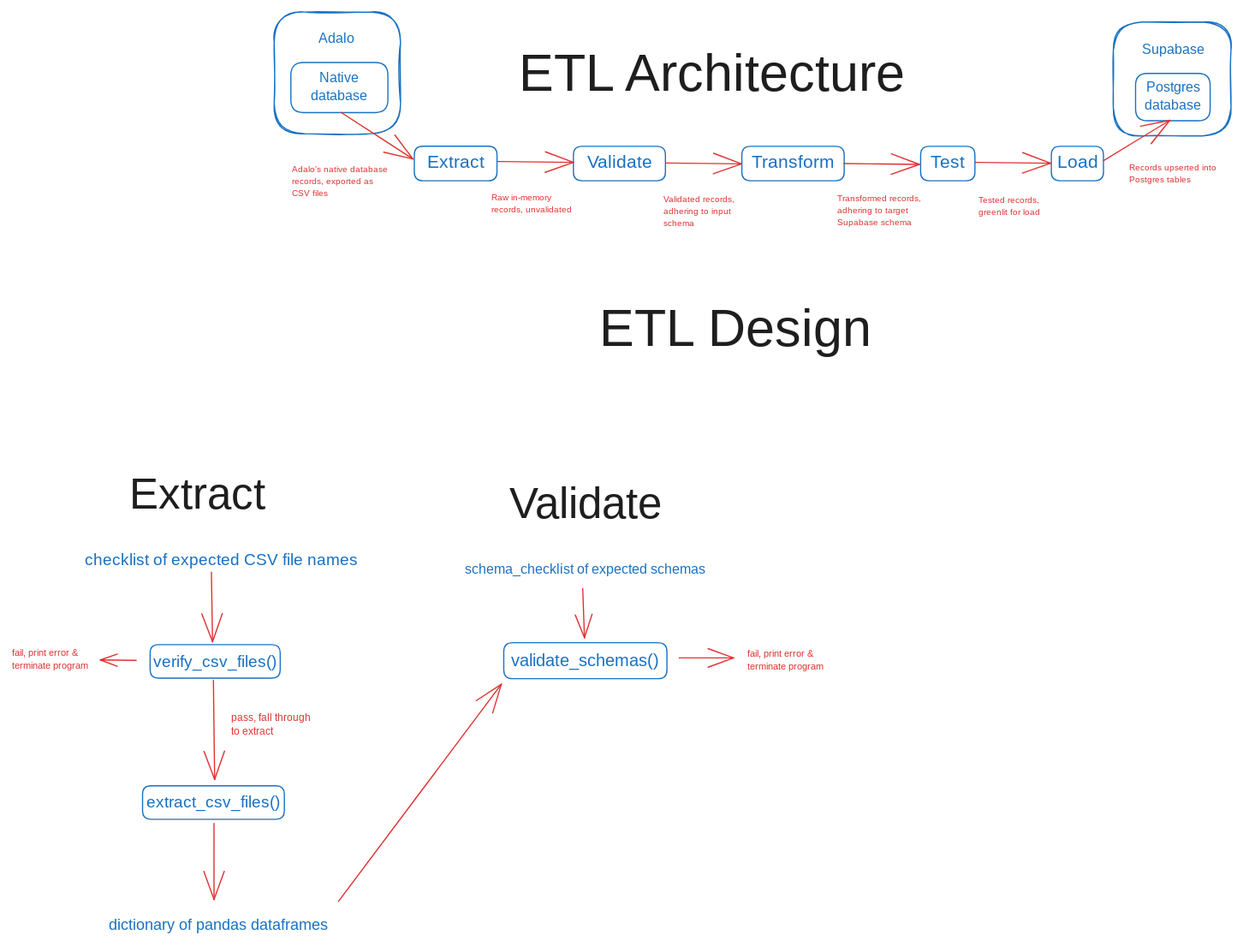
Before: arch.excalidraw.svg, a diagram exported from Excalidraw (jperezopt/everloop-etl). Source tidied: one line per element, renumbered; positions are measured from the earlier drawing's top-left corner, leaving out a move shared by most shapes.
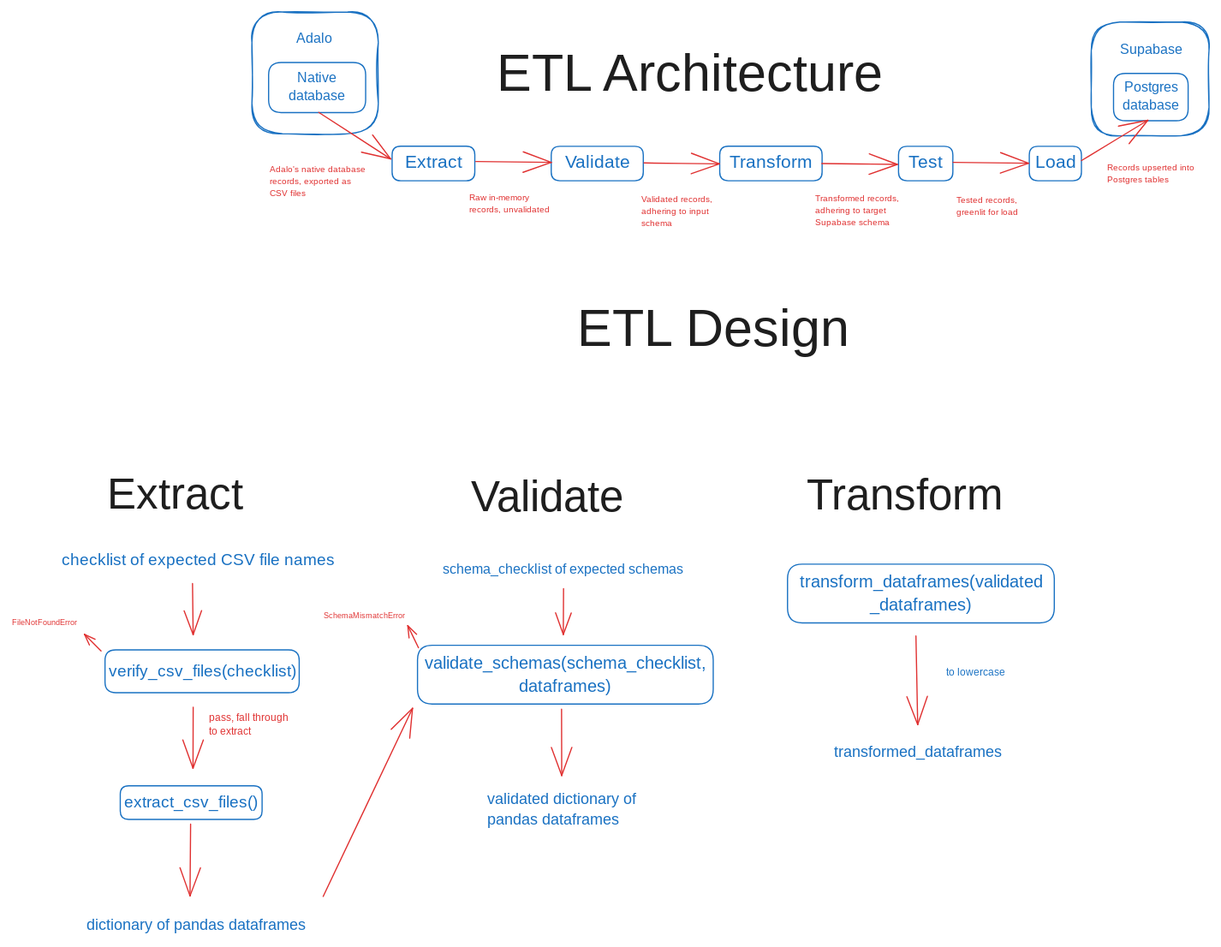
After the change.

Commit message:
add transform design diagram

Change to the diagram source:
```diff
@@ -19,7 +19,8 @@
 {"id": 18, "type": "text", "text": "ETL Architecture", "strokeColor": "#1e1e1e", "strokeWidth": 1, "roughness": 0, "fontSize": 43.82, "fontFamily": 8, "x": 423, "y": 28, "width": 386, "height": 55}
 {"id": 19, "type": "text", "text": "ETL Design", "strokeColor": "#1e1e1e", "strokeWidth": 1, "roughness": 0, "fontSize": 43.82, "fontFamily": 8, "x": 490, "y": 240, "width": 241, "height": 55}
 {"id": 20, "type": "text", "text": "Extract", "strokeColor": "#1e1e1e", "strokeWidth": 1, "roughness": 0, "fontSize": 36.5, "fontFamily": 8, "x": 98, "y": 383, "width": 141, "height": 46}
-{"id": 21, "type": "text", "text": "Validate", "strokeColor": "#1e1e1e", "strokeWidth": 1, "roughness": 0, "fontSize": 36.5, "fontFamily": 8, "x": 415, "y": 390, "width": 161, "height": 46}
+{"id": 21, "type": "text", "text": "Validate", "strokeColor": "#1e1e1e", "strokeWidth": 1, "roughness": 0, "fontSize": 36.5, "fontFamily": 8, "x": 402, "y": 385, "width": 161, "height": 46}
+{"id": 53, "type": "text", "text": "Transform", "strokeColor": "#1e1e1e", "strokeWidth": 1, "roughness": 0, "fontSize": 36.5, "fontFamily": 8, "x": 682, "y": 383, "width": 181, "height": 46}
 {"id": 22, "type": "text", "text": "Adalo's native database\nrecords, exported as\nCSV files", "strokeColor": "#e03131", "strokeWidth": 1, "roughness": 0, "fontSize": 7.46, "fontFamily": 6, "x": 234, "y": 126, "width": 81, "height": 30}
 {"id": 23, "type": "text", "text": "Raw in-memory \nrecords, unvalidated", "strokeColor": "#e03131", "strokeWidth": 1, "roughness": 0, "fontSize": 7.46, "fontFamily": 6, "x": 400, "y": 149, "width": 68, "height": 20}
 {"id": 24, "type": "text", "text": "Validated records,\nadhering to input\nschema", "strokeColor": "#e03131", "strokeWidth": 1, "roughness": 0, "fontSize": 7.46, "fontFamily": 6, "x": 544, "y": 151, "width": 61, "height": 30}
@@ -32,22 +33,29 @@
 {"id": 31, "type": "arrow", "strokeColor": "#e03131", "strokeWidth": 1, "roughness": 0, "endArrowhead": "arrow", "round": true, "x": 694, "y": 126, "width": 63, "height": 1, "points": [[0, 0], [63, 1]]}
 {"id": 32, "type": "arrow", "strokeColor": "#e03131", "strokeWidth": 1, "roughness": 0, "endArrowhead": "arrow", "round": true, "x": 804, "y": 125, "width": 63, "height": 1, "points": [[0, 0], [63, 1]]}
 {"id": 33, "type": "arrow", "strokeColor": "#e03131", "strokeWidth": 1, "roughness": 0, "endArrowhead": "arrow", "round": true, "from": 16, "to": 4, "x": 911, "y": 124, "width": 55, "height": 34, "points": [[0, 0], [55, -34]]}
-{"id": 34, "type": "rectangle", "strokeColor": "#1971c2", "strokeWidth": 1, "roughness": 0, "round": true, "x": 115, "y": 528, "width": 109, "height": 28}
+{"id": 34, "type": "rectangle", "strokeColor": "#1971c2", "strokeWidth": 1, "roughness": 0, "round": true, "x": 96, "y": 532, "width": 162, "height": 36}
-{"id": 35, "type": "text", "text": "verify_csv_files()", "strokeColor": "#1971c2", "strokeWidth": 1, "roughness": 0, "fontSize": 13.33, "fontFamily": 6, "textAlign": "center", "verticalAlign": "middle", "inside": 34, "x": 120, "y": 533, "width": 98, "height": 18}
+{"id": 35, "type": "text", "text": "verify_csv_files(checklist)", "strokeColor": "#1971c2", "strokeWidth": 1, "roughness": 0, "fontSize": 13.33, "fontFamily": 6, "textAlign": "center", "verticalAlign": "middle", "inside": 34, "x": 102, "y": 541, "width": 151, "height": 18}
 {"id": 36, "type": "rectangle", "strokeColor": "#1971c2", "strokeWidth": 1, "roughness": 0, "round": true, "x": 109, "y": 646, "width": 118, "height": 28}
 {"id": 37, "type": "text", "text": "extract_csv_files()", "strokeColor": "#1971c2", "strokeWidth": 1, "roughness": 0, "fontSize": 13.33, "fontFamily": 6, "textAlign": "center", "verticalAlign": "middle", "inside": 36, "x": 114, "y": 651, "width": 108, "height": 18}
-{"id": 38, "type": "arrow", "strokeColor": "#e03131", "strokeWidth": 1, "roughness": 0, "endArrowhead": "arrow", "round": true, "from": 34, "to": 36, "x": 168, "y": 558, "width": 1, "height": 83, "points": [[0, 0], [1, 83]]}
+{"id": 38, "type": "arrow", "strokeColor": "#e03131", "strokeWidth": 1, "roughness": 0, "endArrowhead": "arrow", "round": true, "from": 46, "to": 36, "x": 170, "y": 580, "width": 0, "height": 51, "points": [[0, 0], [0, 51]]}
-{"id": 39, "type": "arrow", "strokeColor": "#e03131", "strokeWidth": 1, "roughness": 0, "endArrowhead": "arrow", "round": true, "from": 34, "to": 40, "x": 104, "y": 541, "width": 30, "height": 0, "points": [[0, 0], [-30, 0]]}
+{"id": 39, "type": "arrow", "strokeColor": "#e03131", "strokeWidth": 1, "roughness": 0, "endArrowhead": "arrow", "round": true, "from": 34, "to": 40, "x": 93, "y": 533, "width": 14, "height": 14, "points": [[0, 0], [-14, -14]]}
+{"id": 54, "type": "arrow", "strokeColor": "#e03131", "strokeWidth": 1, "roughness": 0, "endArrowhead": "arrow", "round": true, "from": 48, "to": 55, "x": 358, "y": 530, "width": 9, "height": 18, "points": [[0, 0], [-9, -18]]}
-{"id": 40, "type": "text", "text": "fail, print error &\nterminate program", "strokeColor": "#e03131", "strokeWidth": 1, "roughness": 0, "fontSize": 7.85, "fontFamily": 6, "x": 0, "y": 530, "width": 66, "height": 21}
+{"id": 40, "type": "text", "text": "FileNotFoundError", "strokeColor": "#e03131", "strokeWidth": 1, "roughness": 0, "fontSize": 6.77, "fontFamily": 6, "x": 19, "y": 505, "width": 56, "height": 9}
-{"id": 41, "type": "text", "text": "fail, print error &\nterminate program", "strokeColor": "#e03131", "strokeWidth": 1, "roughness": 0, "fontSize": 7.85, "fontFamily": 6, "x": 614, "y": 530, "width": 66, "height": 21}
+{"id": 55, "type": "text", "text": "SchemaMismatchError", "strokeColor": "#e03131", "strokeWidth": 1, "roughness": 0, "fontSize": 6.74, "fontFamily": 6, "x": 279, "y": 499, "width": 69, "height": 9}
 {"id": 42, "type": "text", "text": "checklist of expected CSV file names", "strokeColor": "#1971c2", "strokeWidth": 1, "roughness": 0, "fontSize": 13.33, "fontFamily": 6, "x": 60, "y": 448, "width": 221, "height": 18}
-{"id": 43, "type": "arrow", "strokeColor": "#e03131", "strokeWidth": 1, "roughness": 0, "endArrowhead": "arrow", "round": true, "from": 42, "to": 34, "x": 166, "y": 467, "width": 1, "height": 58, "points": [[0, 0], [1, 58]]}
+{"id": 43, "type": "arrow", "strokeColor": "#e03131", "strokeWidth": 1, "roughness": 0, "endArrowhead": "arrow", "round": true, "from": 42, "to": 34, "x": 169, "y": 477, "width": 1, "height": 43, "points": [[0, 0], [1, 43]]}
 {"id": 44, "type": "text", "text": "dictionary of pandas dataframes", "strokeColor": "#1971c2", "strokeWidth": 1, "roughness": 0, "fontSize": 12.88, "fontFamily": 6, "x": 81, "y": 753, "width": 188, "height": 17}
+{"id": 56, "type": "text", "text": "validated dictionary of\npandas dataframes", "strokeColor": "#1971c2", "strokeWidth": 1, "roughness": 0, "fontSize": 12.88, "fontFamily": 6, "x": 415, "y": 648, "width": 130, "height": 35}
+{"id": 57, "type": "text", "text": "transformed_dataframes", "strokeColor": "#1971c2", "strokeWidth": 1, "roughness": 0, "fontSize": 12.88, "fontFamily": 6, "x": 705, "y": 609, "width": 143, "height": 17}
-{"id": 45, "type": "arrow", "strokeColor": "#e03131", "strokeWidth": 1, "roughness": 0, "endArrowhead": "arrow", "round": true, "from": 36, "to": 44, "x": 169, "y": 677, "width": 0, "height": 63, "points": [[0, 0], [0, 63]]}
+{"id": 45, "type": "arrow", "strokeColor": "#e03131", "strokeWidth": 1, "roughness": 0, "endArrowhead": "arrow", "round": true, "from": 36, "to": 44, "x": 168, "y": 678, "width": 0, "height": 60, "points": [[0, 0], [0, 60]]}
 {"id": 46, "type": "text", "text": "pass, fall through \nto extract", "strokeColor": "#e03131", "strokeWidth": 1, "roughness": 0, "fontSize": 8.37, "fontFamily": 6, "x": 183, "y": 583, "width": 68, "height": 23}
+{"id": 58, "type": "text", "text": "to lowercase", "strokeColor": "#1971c2", "strokeWidth": 1, "roughness": 0, "fontSize": 8.37, "fontFamily": 6, "x": 798, "y": 545, "width": 48, "height": 11}
 {"id": 47, "type": "text", "text": "schema_checklist of expected schemas", "strokeColor": "#1971c2", "strokeWidth": 1, "roughness": 0, "fontSize": 11.59, "fontFamily": 6, "x": 378, "y": 457, "width": 204, "height": 16}
-{"id": 48, "type": "rectangle", "strokeColor": "#1971c2", "strokeWidth": 1, "roughness": 0, "round": true, "x": 410, "y": 526, "width": 136, "height": 30}
+{"id": 48, "type": "rectangle", "strokeColor": "#1971c2", "strokeWidth": 1, "roughness": 0, "round": true, "x": 357, "y": 528, "width": 247, "height": 49}
-{"id": 49, "type": "text", "text": "validate_schemas()", "strokeColor": "#1971c2", "strokeWidth": 1, "roughness": 0, "fontSize": 14.26, "fontFamily": 6, "textAlign": "center", "verticalAlign": "middle", "inside": 48, "x": 416, "y": 532, "width": 124, "height": 19}
+{"id": 49, "type": "text", "text": "validate_schemas(schema_checklist,\ndataframes)", "strokeColor": "#1971c2", "strokeWidth": 1, "roughness": 0, "fontSize": 14.26, "fontFamily": 6, "textAlign": "center", "verticalAlign": "middle", "inside": 48, "x": 363, "y": 534, "width": 234, "height": 39}
+{"id": 59, "type": "rectangle", "strokeColor": "#1971c2", "strokeWidth": 1, "roughness": 0, "round": true, "x": 666, "y": 461, "width": 223, "height": 49}
+{"id": 60, "type": "text", "text": "transform_dataframes(validated\n_dataframes)", "strokeColor": "#1971c2", "strokeWidth": 1, "roughness": 0, "fontSize": 14.26, "fontFamily": 6, "textAlign": "center", "verticalAlign": "middle", "inside": 59, "x": 674, "y": 466, "width": 207, "height": 39}
-{"id": 50, "type": "arrow", "strokeColor": "#e03131", "strokeWidth": 1, "roughness": 0, "endArrowhead": "arrow", "round": true, "from": 44, "to": 48, "x": 272, "y": 742, "width": 136, "height": 181, "points": [[0, 0], [136, -181]]}
+{"id": 50, "type": "arrow", "strokeColor": "#e03131", "strokeWidth": 1, "roughness": 0, "endArrowhead": "arrow", "round": true, "to": 48, "x": 278, "y": 738, "width": 75, "height": 157, "points": [[0, 0], [75, -157]]}
-{"id": 51, "type": "arrow", "strokeColor": "#e03131", "strokeWidth": 1, "roughness": 0, "endArrowhead": "arrow", "round": true, "from": 47, "to": 48, "x": 476, "y": 481, "width": 1, "height": 41, "points": [[0, 0], [1, 41]]}
+{"id": 51, "type": "arrow", "strokeColor": "#e03131", "strokeWidth": 1, "roughness": 0, "endArrowhead": "arrow", "round": true, "from": 47, "x": 479, "y": 481, "width": 0, "height": 38, "points": [[0, 0], [0, 38]]}
-{"id": 52, "type": "arrow", "strokeColor": "#e03131", "strokeWidth": 1, "roughness": 0, "endArrowhead": "arrow", "round": true, "from": 48, "to": 41, "x": 557, "y": 539, "width": 45, "height": 0, "points": [[0, 0], [45, 0]]}
+{"id": 61, "type": "arrow", "strokeColor": "#e03131", "strokeWidth": 1, "roughness": 0, "endArrowhead": "arrow", "round": true, "from": 48, "to": 56, "x": 477, "y": 582, "width": 0, "height": 55, "points": [[0, 0], [0, 55]]}
+{"id": 62, "type": "arrow", "strokeColor": "#e03131", "strokeWidth": 1, "roughness": 0, "endArrowhead": "arrow", "round": true, "from": 59, "to": 57, "x": 773, "y": 521, "width": 1, "height": 74, "points": [[0, 0], [1, 74]]}
```
